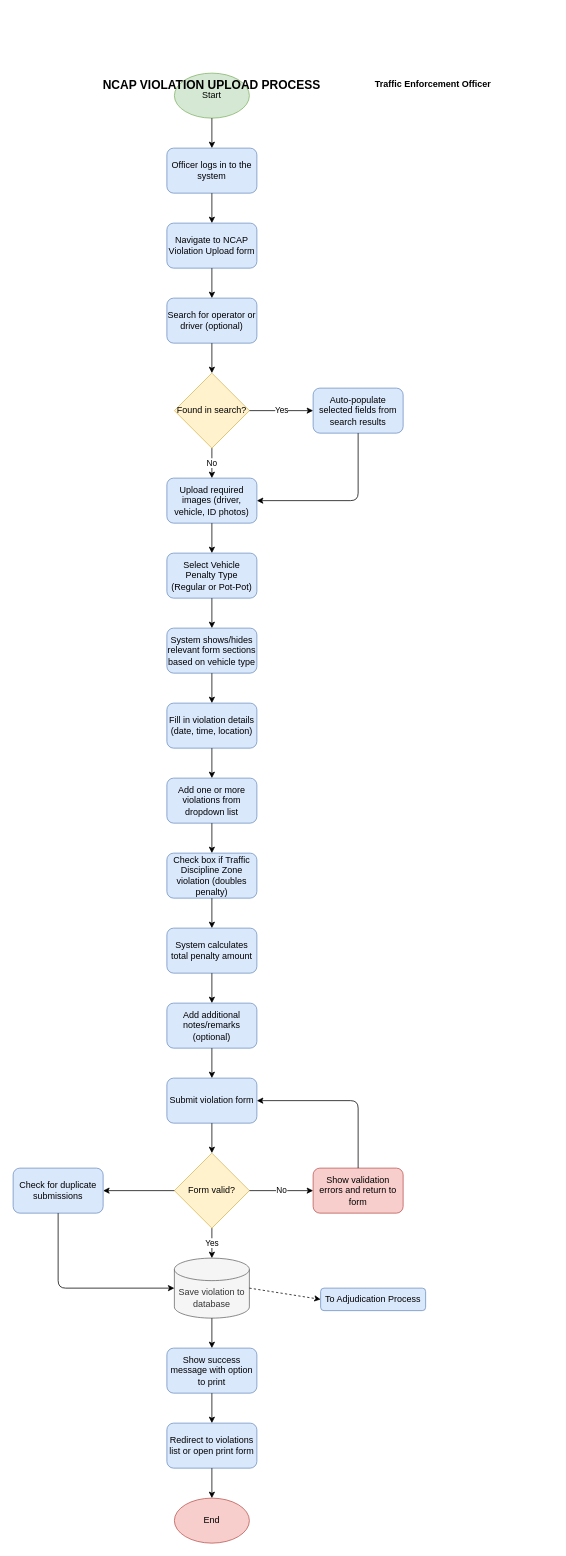
The draw.io diagram upload_violation_process.drawio in PotatoLover169/CTTMO-Traffic-violation-Management-System, before the edit. Source tidied: cells renumbered, new cells numbered last; positions are measured from the earlier drawing's top-left corner, leaving out a move shared by most shapes. Both pictures are drawn from the tidied source at 75%, with x=0, y=0 at pixel (13, 73).
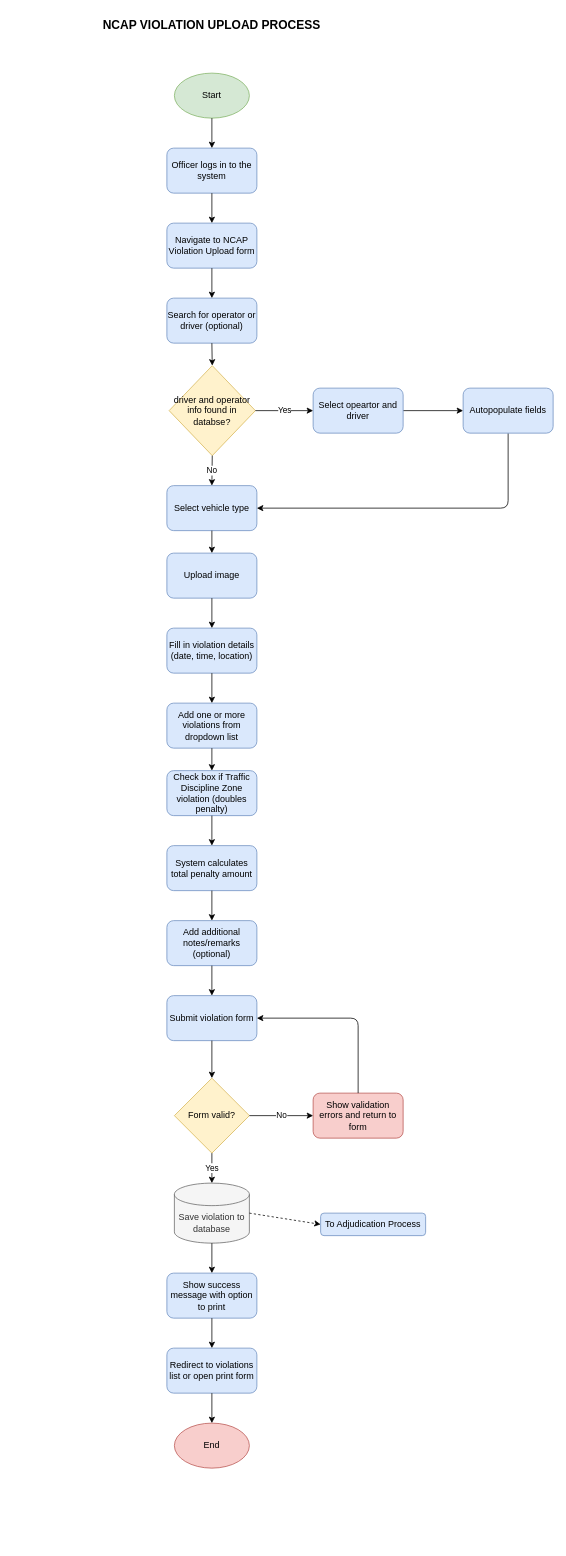
Above is the later version.

Diff of the diagram source:
```diff
@@
-    <mxCell id="6" value="Found in search?" style="rhombus;whiteSpace=wrap;html=1;fillColor=#fff2cc;strokeColor=#d6b656;" parent="1" vertex="1">
-      <mxGeometry x="215" y="400" width="100" height="100" as="geometry" />
+    <mxCell id="6" value="driver and operator info found in databse?" style="rhombus;whiteSpace=wrap;html=1;fillColor=#fff2cc;strokeColor=#d6b656;" parent="1" vertex="1">
+      <mxGeometry x="208" y="390" width="115" height="120" as="geometry" />
     </mxCell>
+    <mxCell id="52" style="edgeStyle=none;html=1;" parent="1" edge="1" source="7" target="54">
+      <mxGeometry relative="1" as="geometry" />
+    </mxCell>
-    <mxCell id="7" value="Auto-populate selected fields from search results" style="rounded=1;whiteSpace=wrap;html=1;fillColor=#dae8fc;strokeColor=#6c8ebf;" parent="1" vertex="1">
+    <mxCell id="7" value="Select opeartor and driver" style="rounded=1;whiteSpace=wrap;html=1;fillColor=#dae8fc;strokeColor=#6c8ebf;" parent="1" vertex="1">
       <mxGeometry x="400" y="420" width="120" height="60" as="geometry" />
     </mxCell>
-    <mxCell id="8" value="Upload required images (driver, vehicle, ID photos)" style="rounded=1;whiteSpace=wrap;html=1;fillColor=#dae8fc;strokeColor=#6c8ebf;" parent="1" vertex="1">
-      <mxGeometry x="205" y="540" width="120" height="60" as="geometry" />
+    <mxCell id="8" value="Select vehicle type" style="rounded=1;whiteSpace=wrap;html=1;fillColor=#dae8fc;strokeColor=#6c8ebf;" parent="1" vertex="1">
+      <mxGeometry x="205" y="550" width="120" height="60" as="geometry" />
     </mxCell>
-    <mxCell id="9" value="Select Vehicle Penalty Type (Regular or Pot-Pot)" style="rounded=1;whiteSpace=wrap;html=1;fillColor=#dae8fc;strokeColor=#6c8ebf;" parent="1" vertex="1">
+    <mxCell id="9" value="Upload image" style="rounded=1;whiteSpace=wrap;html=1;fillColor=#dae8fc;strokeColor=#6c8ebf;" parent="1" vertex="1">
       <mxGeometry x="205" y="640" width="120" height="60" as="geometry" />
     </mxCell>
-    <mxCell id="10" value="System shows/hides relevant form sections based on vehicle type" style="rounded=1;whiteSpace=wrap;html=1;fillColor=#dae8fc;strokeColor=#6c8ebf;" parent="1" vertex="1">
-      <mxGeometry x="205" y="740" width="120" height="60" as="geometry" />
-    </mxCell>
     <mxCell id="11" value="Fill in violation details (date, time, location)" style="rounded=1;whiteSpace=wrap;html=1;fillColor=#dae8fc;strokeColor=#6c8ebf;" parent="1" vertex="1">
-      <mxGeometry x="205" y="840" width="120" height="60" as="geometry" />
+      <mxGeometry x="205" y="740" width="120" height="60" as="geometry" />
     </mxCell>
     <mxCell id="12" value="Add one or more violations from dropdown list" style="rounded=1;whiteSpace=wrap;html=1;fillColor=#dae8fc;strokeColor=#6c8ebf;" parent="1" vertex="1">
-      <mxGeometry x="205" y="940" width="120" height="60" as="geometry" />
+      <mxGeometry x="205" y="840" width="120" height="60" as="geometry" />
     </mxCell>
     <mxCell id="13" value="Check box if Traffic Discipline Zone violation (doubles penalty)" style="rounded=1;whiteSpace=wrap;html=1;fillColor=#dae8fc;strokeColor=#6c8ebf;" parent="1" vertex="1">
-      <mxGeometry x="205" y="1040" width="120" height="60" as="geometry" />
+      <mxGeometry x="205" y="930" width="120" height="60" as="geometry" />
     </mxCell>
     <mxCell id="14" value="System calculates total penalty amount" style="rounded=1;whiteSpace=wrap;html=1;fillColor=#dae8fc;strokeColor=#6c8ebf;" parent="1" vertex="1">
-      <mxGeometry x="205" y="1140" width="120" height="60" as="geometry" />
+      <mxGeometry x="205" y="1030" width="120" height="60" as="geometry" />
     </mxCell>
     <mxCell id="15" value="Add additional notes/remarks (optional)" style="rounded=1;whiteSpace=wrap;html=1;fillColor=#dae8fc;strokeColor=#6c8ebf;" parent="1" vertex="1">
-      <mxGeometry x="205" y="1240" width="120" height="60" as="geometry" />
+      <mxGeometry x="205" y="1130" width="120" height="60" as="geometry" />
     </mxCell>
     <mxCell id="16" value="Submit violation form" style="rounded=1;whiteSpace=wrap;html=1;fillColor=#dae8fc;strokeColor=#6c8ebf;" parent="1" vertex="1">
-      <mxGeometry x="205" y="1340" width="120" height="60" as="geometry" />
+      <mxGeometry x="205" y="1230" width="120" height="60" as="geometry" />
     </mxCell>
     <mxCell id="17" value="Form valid?" style="rhombus;whiteSpace=wrap;html=1;fillColor=#fff2cc;strokeColor=#d6b656;" parent="1" vertex="1">
-      <mxGeometry x="215" y="1440" width="100" height="100" as="geometry" />
+      <mxGeometry x="215" y="1340" width="100" height="100" as="geometry" />
     </mxCell>
     <mxCell id="18" value="Show validation errors and return to form" style="rounded=1;whiteSpace=wrap;html=1;fillColor=#f8cecc;strokeColor=#b85450;" parent="1" vertex="1">
-      <mxGeometry x="400" y="1460" width="120" height="60" as="geometry" />
+      <mxGeometry x="400" y="1360" width="120" height="60" as="geometry" />
     </mxCell>
     <mxCell id="19" value="Save violation to database" style="shape=cylinder3;whiteSpace=wrap;html=1;boundedLbl=1;backgroundOutline=1;size=15;fillColor=#f5f5f5;fontColor=#333333;strokeColor=#666666;" parent="1" vertex="1">
-      <mxGeometry x="215" y="1580" width="100" height="80" as="geometry" />
+      <mxGeometry x="215" y="1480" width="100" height="80" as="geometry" />
     </mxCell>
     <mxCell id="20" value="Show success message with option to print" style="rounded=1;whiteSpace=wrap;html=1;fillColor=#dae8fc;strokeColor=#6c8ebf;" parent="1" vertex="1">
-      <mxGeometry x="205" y="1700" width="120" height="60" as="geometry" />
+      <mxGeometry x="205" y="1600" width="120" height="60" as="geometry" />
     </mxCell>
     <mxCell id="21" value="Redirect to violations list or open print form" style="rounded=1;whiteSpace=wrap;html=1;fillColor=#dae8fc;strokeColor=#6c8ebf;" parent="1" vertex="1">
-      <mxGeometry x="205" y="1800" width="120" height="60" as="geometry" />
+      <mxGeometry x="205" y="1700" width="120" height="60" as="geometry" />
     </mxCell>
     <mxCell id="22" value="End" style="ellipse;whiteSpace=wrap;html=1;fillColor=#f8cecc;strokeColor=#b85450;" parent="1" vertex="1">
-      <mxGeometry x="215" y="1900" width="100" height="60" as="geometry" />
+      <mxGeometry x="215" y="1800" width="100" height="60" as="geometry" />
     </mxCell>
@@
-    <mxCell id="28" style="endArrow=classic;html=1;exitX=0.5;exitY=1;exitDx=0;exitDy=0;entryX=1;entryY=0.5;entryDx=0;entryDy=0;" parent="1" edge="1" source="7" target="8">
-      <mxGeometry relative="1" as="geometry">
-        <Array as="points">
-          <mxPoint x="460" y="570" />
-        </Array>
-      </mxGeometry>
-    </mxCell>
@@
-    <mxCell id="31" style="endArrow=classic;html=1;exitX=0.5;exitY=1;exitDx=0;exitDy=0;entryX=0.5;entryY=0;entryDx=0;entryDy=0;" parent="1" edge="1" source="9" target="10">
+    <mxCell id="31" style="endArrow=classic;html=1;exitX=0.5;exitY=1;exitDx=0;exitDy=0;" parent="1" edge="1" source="9" target="11">
       <mxGeometry relative="1" as="geometry" />
     </mxCell>
-    <mxCell id="32" style="endArrow=classic;html=1;exitX=0.5;exitY=1;exitDx=0;exitDy=0;entryX=0.5;entryY=0;entryDx=0;entryDy=0;" parent="1" edge="1" source="10" target="11">
-      <mxGeometry relative="1" as="geometry" />
-    </mxCell>
@@
     <mxCell id="40" style="endArrow=classic;html=1;exitX=0.5;exitY=0;exitDx=0;exitDy=0;entryX=1;entryY=0.5;entryDx=0;entryDy=0;" parent="1" edge="1" source="18" target="16">
       <mxGeometry relative="1" as="geometry">
         <Array as="points">
-          <mxPoint x="460" y="1370" />
+          <mxPoint x="460" y="1260" />
         </Array>
       </mxGeometry>
     </mxCell>
@@
-    <mxCell id="45" value="Check for duplicate submissions" style="rounded=1;whiteSpace=wrap;html=1;fillColor=#dae8fc;strokeColor=#6c8ebf;" parent="1" vertex="1">
-      <mxGeometry y="1460" width="120" height="60" as="geometry" />
-    </mxCell>
-    <mxCell id="46" style="endArrow=classic;html=1;exitX=0;exitY=0.5;exitDx=0;exitDy=0;entryX=1;entryY=0.5;entryDx=0;entryDy=0;" parent="1" edge="1" source="17" target="45">
-      <mxGeometry relative="1" as="geometry" />
-    </mxCell>
-    <mxCell id="47" style="endArrow=classic;html=1;exitX=0.5;exitY=1;exitDx=0;exitDy=0;entryX=0;entryY=0.5;entryDx=0;entryDy=0;" parent="1" edge="1" source="45" target="19">
-      <mxGeometry relative="1" as="geometry">
-        <Array as="points">
-          <mxPoint x="60" y="1620" />
-        </Array>
-      </mxGeometry>
-    </mxCell>
     <mxCell id="48" value="To Adjudication Process" style="text;html=1;strokeColor=#6c8ebf;fillColor=#dae8fc;align=center;verticalAlign=middle;whiteSpace=wrap;rounded=1;" parent="1" vertex="1">
-      <mxGeometry x="410" y="1620" width="140" height="30" as="geometry" />
+      <mxGeometry x="410" y="1520" width="140" height="30" as="geometry" />
     </mxCell>
@@
     <mxCell id="50" value="NCAP VIOLATION UPLOAD PROCESS" style="text;html=1;strokeColor=none;fillColor=none;align=center;verticalAlign=middle;whiteSpace=wrap;rounded=0;fontSize=16;fontStyle=1;" parent="1" vertex="1">
-      <mxGeometry x="115" width="300" height="30" as="geometry" />
+      <mxGeometry x="115" y="-80" width="300" height="30" as="geometry" />
     </mxCell>
-    <mxCell id="51" value="Traffic Enforcement Officer" style="text;html=1;strokeColor=none;fillColor=none;align=center;verticalAlign=middle;whiteSpace=wrap;rounded=0;fontStyle=1;" parent="1" vertex="1">
-      <mxGeometry x="480" width="160" height="30" as="geometry" />
-    </mxCell>
+    <mxCell id="53" style="edgeStyle=none;html=1;entryX=1;entryY=0.5;entryDx=0;entryDy=0;rounded=1;curved=0;" parent="1" edge="1" source="54" target="8">
+      <mxGeometry relative="1" as="geometry">
+        <Array as="points">
+          <mxPoint x="660" y="580" />
+        </Array>
+      </mxGeometry>
+    </mxCell>
+    <mxCell id="54" value="Autopopulate fields" style="whiteSpace=wrap;html=1;fillColor=#dae8fc;strokeColor=#6c8ebf;rounded=1;" parent="1" vertex="1">
+      <mxGeometry x="600" y="420" width="120" height="60" as="geometry" />
+    </mxCell>
```
